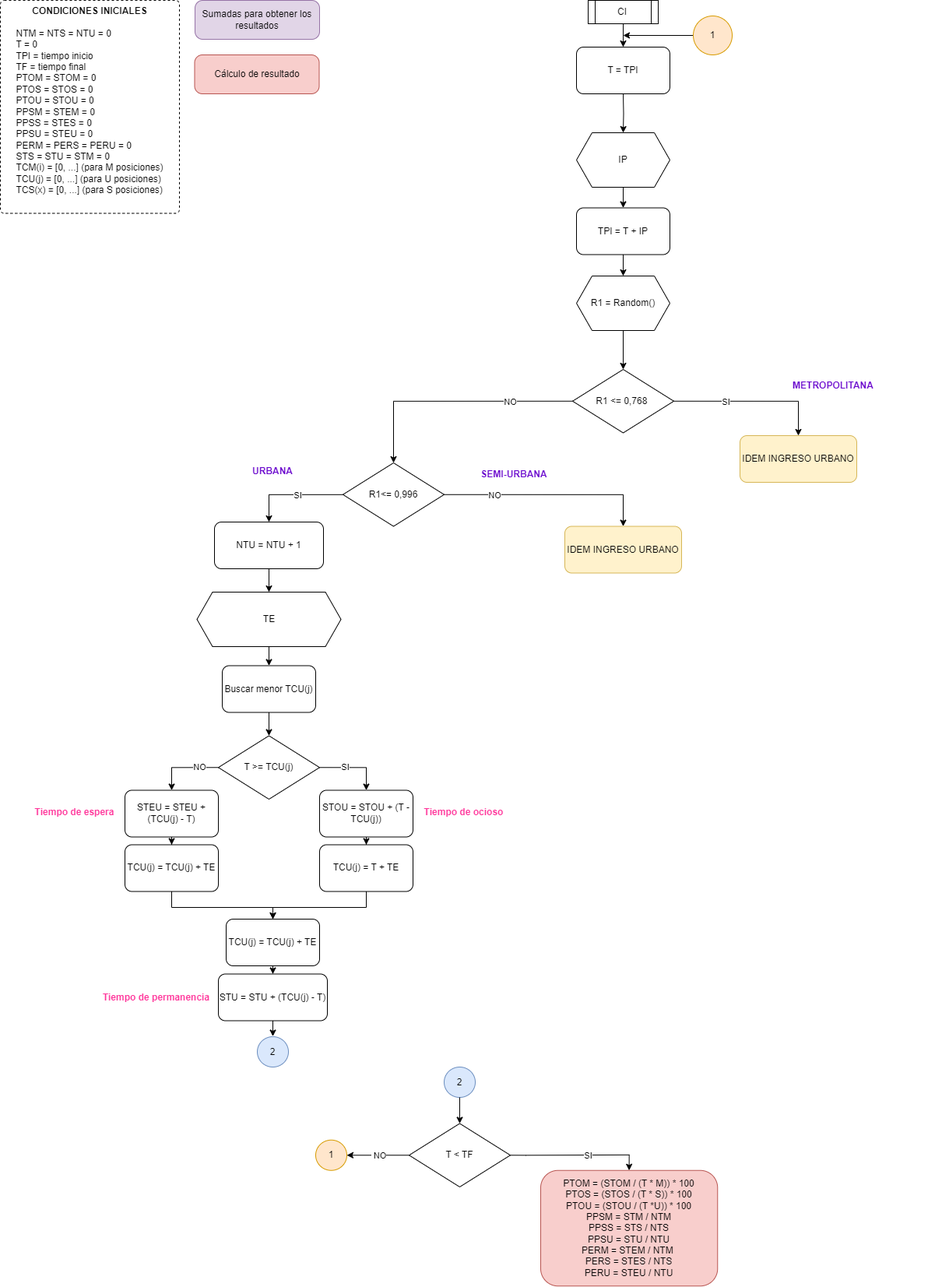
The draw.io diagram TP Final - Diagrama.png in Chabelamas/TP-Final---Simulaci-n, before a commit. Source tidied: cells renumbered, new cells last; positions are measured from the earlier drawing's top-left corner, leaving out a move shared by most shapes.
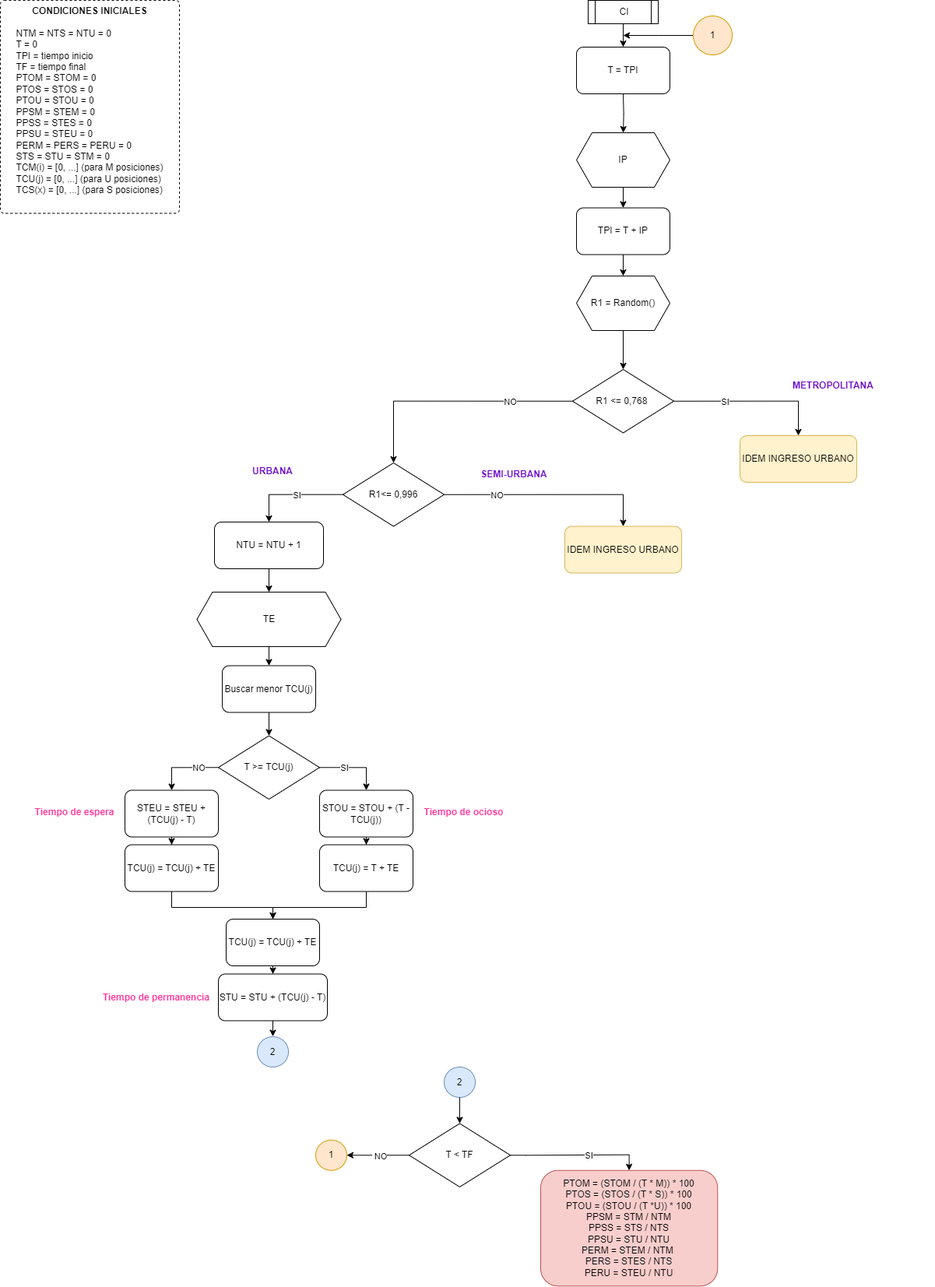
Later version of the same file.

The edit, as a diff of the source:
```diff
@@ -215,12 +215,6 @@
     <mxCell id="64" value="&lt;b&gt;CONDICIONES INICIALES&lt;/b&gt;&lt;div&gt;&lt;b&gt;&lt;br&gt;&lt;/b&gt;&lt;/div&gt;&lt;div style=&quot;text-align: justify;&quot;&gt;NTM = NTS = NTU = 0&lt;/div&gt;&lt;div style=&quot;text-align: justify;&quot;&gt;&lt;div&gt;T = 0&lt;/div&gt;&lt;div&gt;TPI = tiempo inicio&lt;/div&gt;&lt;div&gt;TF = tiempo final&lt;/div&gt;&lt;div&gt;&lt;span style=&quot;text-align: center;&quot;&gt;PTOM = STOM = 0&lt;/span&gt;&lt;/div&gt;&lt;div&gt;&lt;span style=&quot;text-align: center; background-color: initial;&quot;&gt;PTOS = STOS = 0&lt;/span&gt;&lt;/div&gt;&lt;div&gt;&lt;span style=&quot;text-align: center; background-color: initial;&quot;&gt;PTOU = STOU = 0&lt;/span&gt;&lt;/div&gt;&lt;div&gt;&lt;div&gt;&lt;span style=&quot;text-align: center; background-color: initial;&quot;&gt;PPSM = STEM = 0&lt;/span&gt;&lt;/div&gt;&lt;div&gt;&lt;span style=&quot;text-align: center; background-color: initial;&quot;&gt;PPSS = STES = 0&lt;/span&gt;&lt;/div&gt;&lt;div&gt;&lt;span style=&quot;text-align: center; background-color: initial;&quot;&gt;PPSU = STEU = 0&lt;/span&gt;&lt;/div&gt;&lt;/div&gt;&lt;/div&gt;&lt;div style=&quot;text-align: justify;&quot;&gt;&lt;span style=&quot;text-align: center; background-color: initial;&quot;&gt;PERM =&amp;nbsp;&lt;/span&gt;&lt;span style=&quot;background-color: initial; text-align: center;&quot;&gt;PERS&lt;/span&gt;&lt;span style=&quot;background-color: initial; text-align: center;&quot;&gt;&amp;nbsp;=&amp;nbsp;&lt;/span&gt;&lt;span style=&quot;background-color: initial; text-align: center;&quot;&gt;PERU&lt;/span&gt;&lt;span style=&quot;background-color: initial; text-align: center;&quot;&gt;&amp;nbsp;=&amp;nbsp;&lt;/span&gt;&lt;span style=&quot;background-color: initial; text-align: center;&quot;&gt;0&lt;/span&gt;&lt;/div&gt;&lt;div style=&quot;text-align: justify;&quot;&gt;&lt;span style=&quot;text-align: center; background-color: initial;&quot;&gt;STS =&amp;nbsp;&lt;/span&gt;&lt;span style=&quot;background-color: initial; text-align: center;&quot;&gt;STU =&amp;nbsp;&lt;/span&gt;&lt;span style=&quot;background-color: initial; text-align: center;&quot;&gt;STM = 0&lt;/span&gt;&lt;/div&gt;&lt;div style=&quot;text-align: justify;&quot;&gt;&lt;div&gt;TCM(i) = [0, ...] (para M posiciones)&lt;/div&gt;&lt;div&gt;TCU(j) = [0, ...] (para U posiciones)&lt;/div&gt;&lt;div&gt;TCS(x) = [0, ...] (para S posiciones)&lt;/div&gt;&lt;/div&gt;&lt;div style=&quot;text-align: justify;&quot;&gt;&lt;span style=&quot;text-align: center; background-color: initial;&quot;&gt;&lt;br&gt;&lt;/span&gt;&lt;/div&gt;" style="html=1;align=center;verticalAlign=top;rounded=1;absoluteArcSize=1;arcSize=10;dashed=1;whiteSpace=wrap;" parent="1" vertex="1">
       <mxGeometry width="230" height="273.5" as="geometry" />
     </mxCell>
-    <mxCell id="65" value="Sumadas para obtener los resultados" style="html=1;dashed=0;rounded=1;absoluteArcSize=1;arcSize=20;verticalAlign=middle;align=center;whiteSpace=wrap;fillColor=#e1d5e7;strokeColor=#9673a6;" parent="1" vertex="1">
-      <mxGeometry x="250" width="160" height="50" as="geometry" />
-    </mxCell>
-    <mxCell id="66" value="Cálculo de resultado" style="html=1;dashed=0;rounded=1;absoluteArcSize=1;arcSize=20;verticalAlign=middle;align=center;whiteSpace=wrap;fillColor=#f8cecc;strokeColor=#b85450;" parent="1" vertex="1">
-      <mxGeometry x="249.5" y="70" width="160" height="50" as="geometry" />
-    </mxCell>
     <mxCell id="67" style="edgeStyle=orthogonalEdgeStyle;rounded=0;jettySize=auto;html=1;entryX=0.5;entryY=0;entryDx=0;entryDy=0;" parent="1" edge="1" target="49">
       <mxGeometry relative="1" as="geometry">
         <mxPoint x="350" y="1250" as="sourcePoint" />
```
